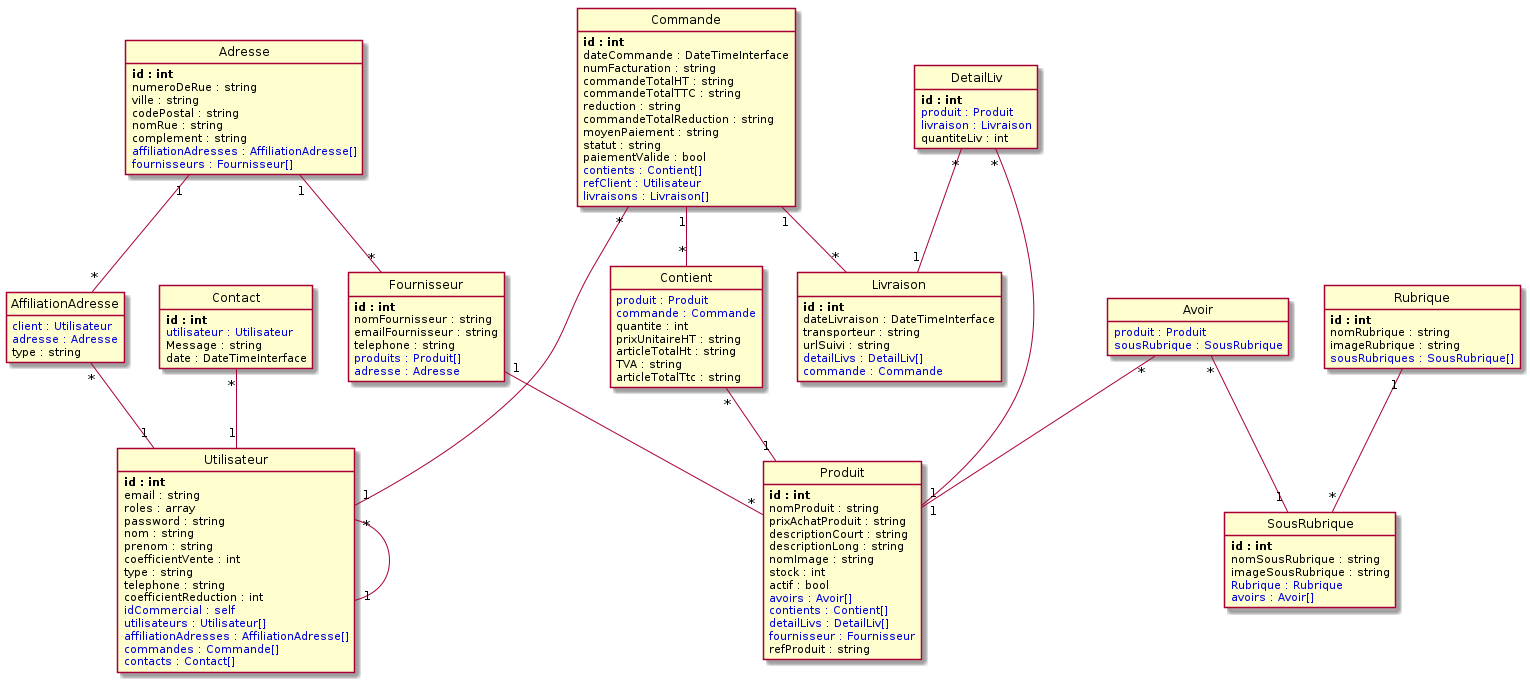
This is VillageGreen/puml/index.png from SjSlayde/greenvillage, a PlantUML export, as it was before one commit. Its source is kept beside it as VillageGreen/puml/index.puml.
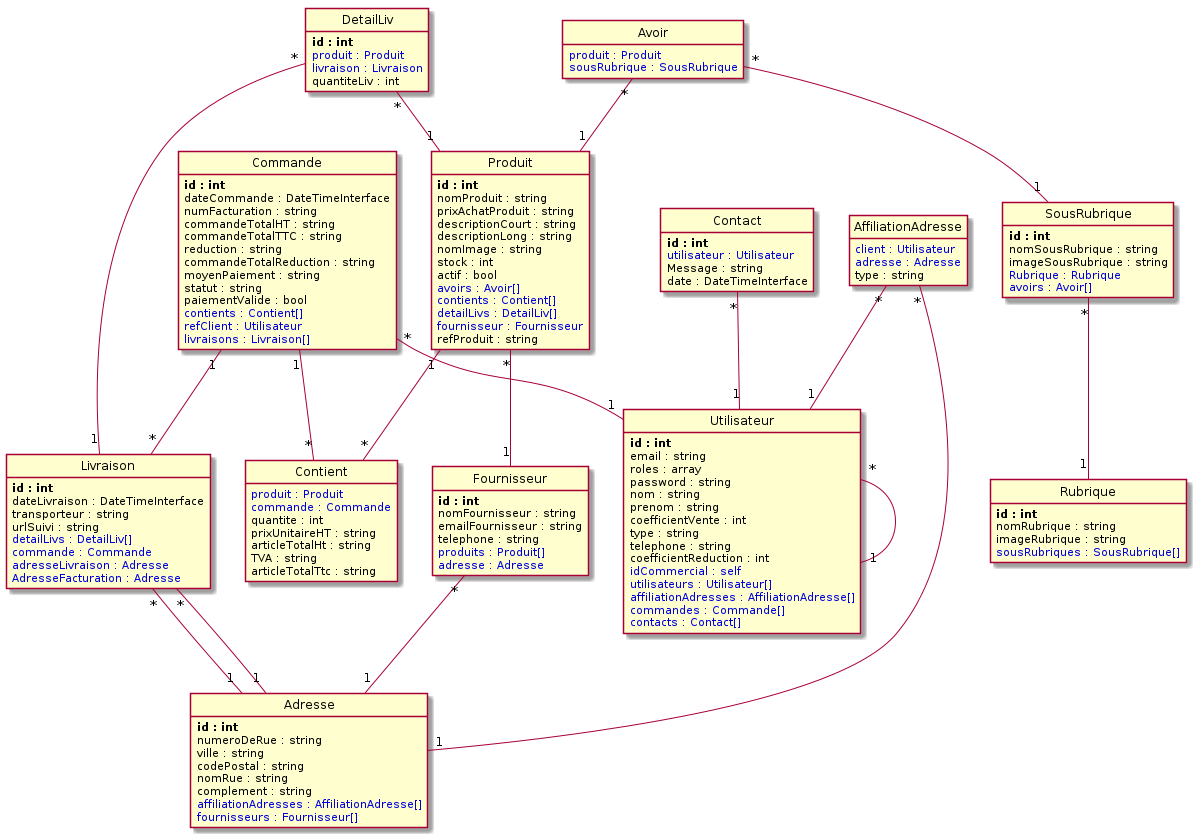
Later version of the same file.

Commit message:
prise de commande possible

Diff of the diagram source:
```diff
@@ -1,24 +1,16 @@
 @startuml
-class Adresse {
+class DetailLiv {
 	**id : int**
-	numeroDeRue : string
-	ville : string
-	codePostal : string
-	nomRue : string
-	complement : string
-	<color:#0000dd>affiliationAdresses : AffiliationAdresse[]</color>
-	<color:#0000dd>fournisseurs : Fournisseur[]</color>
+	<color:#0000dd>produit : Produit</color>
+	<color:#0000dd>livraison : Livraison</color>
+	quantiteLiv : int
 }
 
-class AffiliationAdresse {
-	<color:#0000dd>client : Utilisateur</color>
-	<color:#0000dd>adresse : Adresse</color>
-	type : string
-}
-
-class Avoir {
-	<color:#0000dd>produit : Produit</color>
-	<color:#0000dd>sousRubrique : SousRubrique</color>
+class Contact {
+	**id : int**
+	<color:#0000dd>utilisateur : Utilisateur</color>
+	Message : string
+	date : DateTimeInterface
 }
 
 class Commande {
@@ -37,46 +29,9 @@
 	<color:#0000dd>livraisons : Livraison[]</color>
 }
 
-class Contact {
-	**id : int**
-	<color:#0000dd>utilisateur : Utilisateur</color>
-	Message : string
-	date : DateTimeInterface
-}
-
-class Contient {
+class Avoir {
 	<color:#0000dd>produit : Produit</color>
-	<color:#0000dd>commande : Commande</color>
-	quantite : int
-	prixUnitaireHT : string
-	articleTotalHt : string
-	TVA : string
-	articleTotalTtc : string
-}
-
-class DetailLiv {
-	**id : int**
-	<color:#0000dd>produit : Produit</color>
-	<color:#0000dd>livraison : Livraison</color>
-	quantiteLiv : int
-}
-
-class Fournisseur {
-	**id : int**
-	nomFournisseur : string
-	emailFournisseur : string
-	telephone : string
-	<color:#0000dd>produits : Produit[]</color>
-	<color:#0000dd>adresse : Adresse</color>
-}
-
-class Livraison {
-	**id : int**
-	dateLivraison : DateTimeInterface
-	transporteur : string
-	urlSuivi : string
-	<color:#0000dd>detailLivs : DetailLiv[]</color>
-	<color:#0000dd>commande : Commande</color>
+	<color:#0000dd>sousRubrique : SousRubrique</color>
 }
 
 class Produit {
@@ -95,11 +50,21 @@
 	refProduit : string
 }
 
-class Rubrique {
+class Livraison {
 	**id : int**
-	nomRubrique : string
-	imageRubrique : string
-	<color:#0000dd>sousRubriques : SousRubrique[]</color>
+	dateLivraison : DateTimeInterface
+	transporteur : string
+	urlSuivi : string
+	<color:#0000dd>detailLivs : DetailLiv[]</color>
+	<color:#0000dd>commande : Commande</color>
+	<color:#0000dd>adresseLivraison : Adresse</color>
+	<color:#0000dd>AdresseFacturation : Adresse</color>
+}
+
+class AffiliationAdresse {
+	<color:#0000dd>client : Utilisateur</color>
+	<color:#0000dd>adresse : Adresse</color>
+	type : string
 }
 
 class SousRubrique {
@@ -108,6 +73,43 @@
 	imageSousRubrique : string
 	<color:#0000dd>Rubrique : Rubrique</color>
 	<color:#0000dd>avoirs : Avoir[]</color>
+}
+
+class Rubrique {
+	**id : int**
+	nomRubrique : string
+	imageRubrique : string
+	<color:#0000dd>sousRubriques : SousRubrique[]</color>
+}
+
+class Fournisseur {
+	**id : int**
+	nomFournisseur : string
+	emailFournisseur : string
+	telephone : string
+	<color:#0000dd>produits : Produit[]</color>
+	<color:#0000dd>adresse : Adresse</color>
+}
+
+class Adresse {
+	**id : int**
+	numeroDeRue : string
+	ville : string
+	codePostal : string
+	nomRue : string
+	complement : string
+	<color:#0000dd>affiliationAdresses : AffiliationAdresse[]</color>
+	<color:#0000dd>fournisseurs : Fournisseur[]</color>
+}
+
+class Contient {
+	<color:#0000dd>produit : Produit</color>
+	<color:#0000dd>commande : Commande</color>
+	quantite : int
+	prixUnitaireHT : string
+	articleTotalHt : string
+	TVA : string
+	articleTotalTtc : string
 }
 
 class Utilisateur {
@@ -128,20 +130,22 @@
 	<color:#0000dd>contacts : Contact[]</color>
 }
 
-Adresse "1"--"*" AffiliationAdresse
-Adresse "1"--"*" Fournisseur
-AffiliationAdresse "*"--"1" Utilisateur
-Avoir "*"--"1" Produit
-Avoir "*"--"1" SousRubrique
+DetailLiv "*"--"1" Produit
+DetailLiv "*"--"1" Livraison
+Contact "*"--"1" Utilisateur
 Commande "1"--"*" Contient
 Commande "*"--"1" Utilisateur
 Commande "1"--"*" Livraison
-Contact "*"--"1" Utilisateur
-Contient "*"--"1" Produit
-DetailLiv "*"--"1" Produit
-DetailLiv "*"--"1" Livraison
-Fournisseur "1"--"*" Produit
-Rubrique "1"--"*" SousRubrique
+Avoir "*"--"1" Produit
+Avoir "*"--"1" SousRubrique
+Produit "1"--"*" Contient
+Produit "*"--"1" Fournisseur
+Livraison "*"--"1" Adresse
+Livraison "*"--"1" Adresse
+AffiliationAdresse "*"--"1" Utilisateur
+AffiliationAdresse "*"--"1" Adresse
+SousRubrique "*"--"1" Rubrique
+Fournisseur "*"--"1" Adresse
 Utilisateur "*"--"1" Utilisateur
 
 
```
